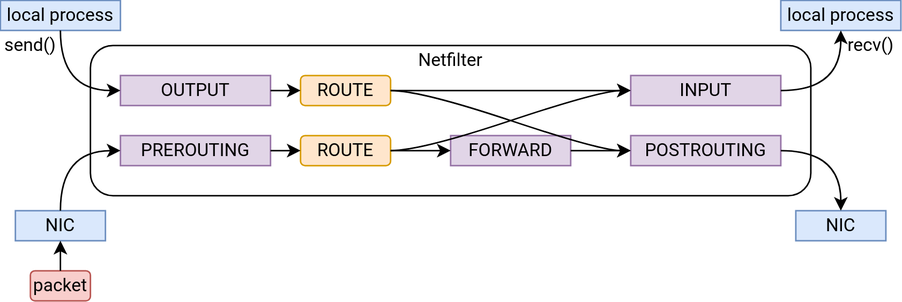
Above: docs/images/netfilter-kernel-view.svg in ustclug/Linux201-docs (draw.io), before the change. Source tidied: cells renumbered, new cells last; positions are measured from the earlier drawing's top-left corner, leaving out a move shared by most shapes.
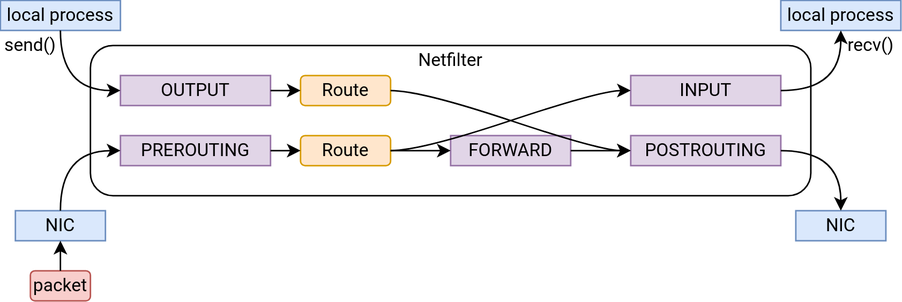
The same file after the commit.

Commit message:
firewall: Remove OUTPUT→INPUT route from images

What changed in the source:
```diff
@@ -20,10 +20,10 @@
     <mxCell id="7" value="FORWARD" style="rounded=0;whiteSpace=wrap;html=1;fontFamily=Roboto;fillColor=#e1d5e7;strokeColor=#9673a6;" parent="1" vertex="1">
       <mxGeometry x="300" y="90" width="80" height="20" as="geometry" />
     </mxCell>
-    <mxCell id="8" value="ROUTE" style="rounded=1;whiteSpace=wrap;html=1;fontFamily=Roboto;fillColor=#ffe6cc;strokeColor=#d79b00;" parent="1" vertex="1">
+    <mxCell id="8" value="Route" style="rounded=1;whiteSpace=wrap;html=1;fontFamily=Roboto;fillColor=#ffe6cc;strokeColor=#d79b00;" parent="1" vertex="1">
       <mxGeometry x="200" y="50" width="60" height="20" as="geometry" />
     </mxCell>
-    <mxCell id="9" value="ROUTE" style="rounded=1;whiteSpace=wrap;html=1;fontFamily=Roboto;fillColor=#ffe6cc;strokeColor=#d79b00;" parent="1" vertex="1">
+    <mxCell id="9" value="Route" style="rounded=1;whiteSpace=wrap;html=1;fontFamily=Roboto;fillColor=#ffe6cc;strokeColor=#d79b00;" parent="1" vertex="1">
       <mxGeometry x="200" y="90" width="60" height="20" as="geometry" />
     </mxCell>
     <mxCell id="10" value="local process" style="rounded=0;whiteSpace=wrap;html=1;strokeColor=#6c8ebf;align=center;verticalAlign=middle;fontFamily=Roboto;fontSize=12;fillColor=#dae8fc;" parent="1" vertex="1">
@@ -62,9 +62,6 @@
     <mxCell id="20" style="endArrow=classic;html=1;rounded=0;fontFamily=Roboto;fontSize=12;fontColor=default;exitX=1;exitY=0.5;exitDx=0;exitDy=0;entryX=0;entryY=0.5;entryDx=0;entryDy=0;" parent="1" edge="1" source="9" target="7">
       <mxGeometry relative="1" as="geometry" />
     </mxCell>
-    <mxCell id="21" style="endArrow=classic;html=1;rounded=0;fontFamily=Roboto;fontSize=12;fontColor=default;exitX=1;exitY=0.5;exitDx=0;exitDy=0;entryX=0;entryY=0.5;entryDx=0;entryDy=0;" parent="1" edge="1" source="8" target="4">
-      <mxGeometry relative="1" as="geometry" />
-    </mxCell>
     <mxCell id="22" style="endArrow=classic;html=1;rounded=0;fontFamily=Roboto;fontSize=12;fontColor=default;exitX=1;exitY=0.5;exitDx=0;exitDy=0;entryX=0;entryY=0.5;entryDx=0;entryDy=0;" parent="1" edge="1" source="7" target="6">
       <mxGeometry relative="1" as="geometry" />
     </mxCell>
```
